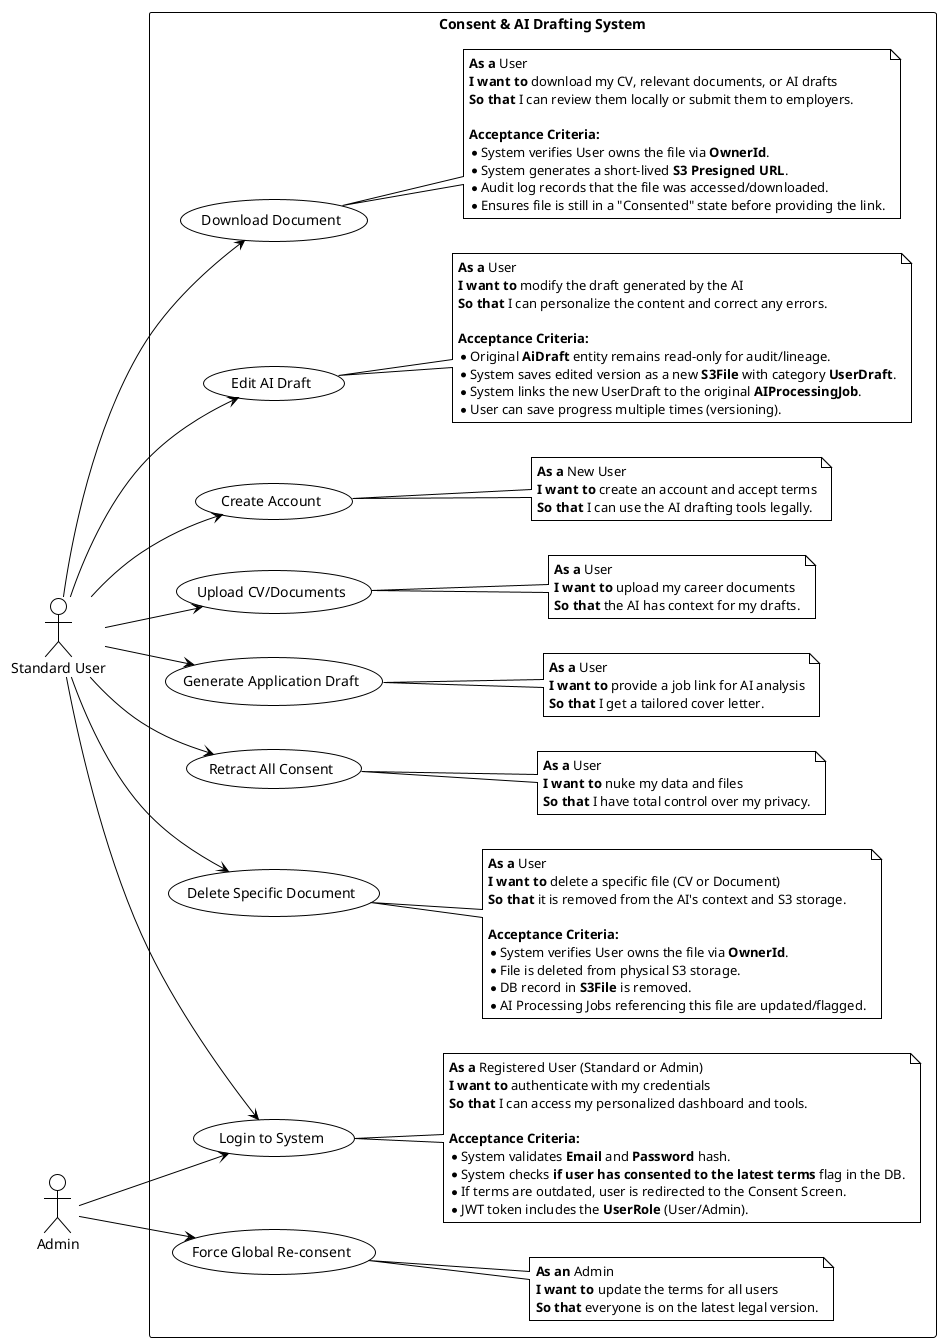
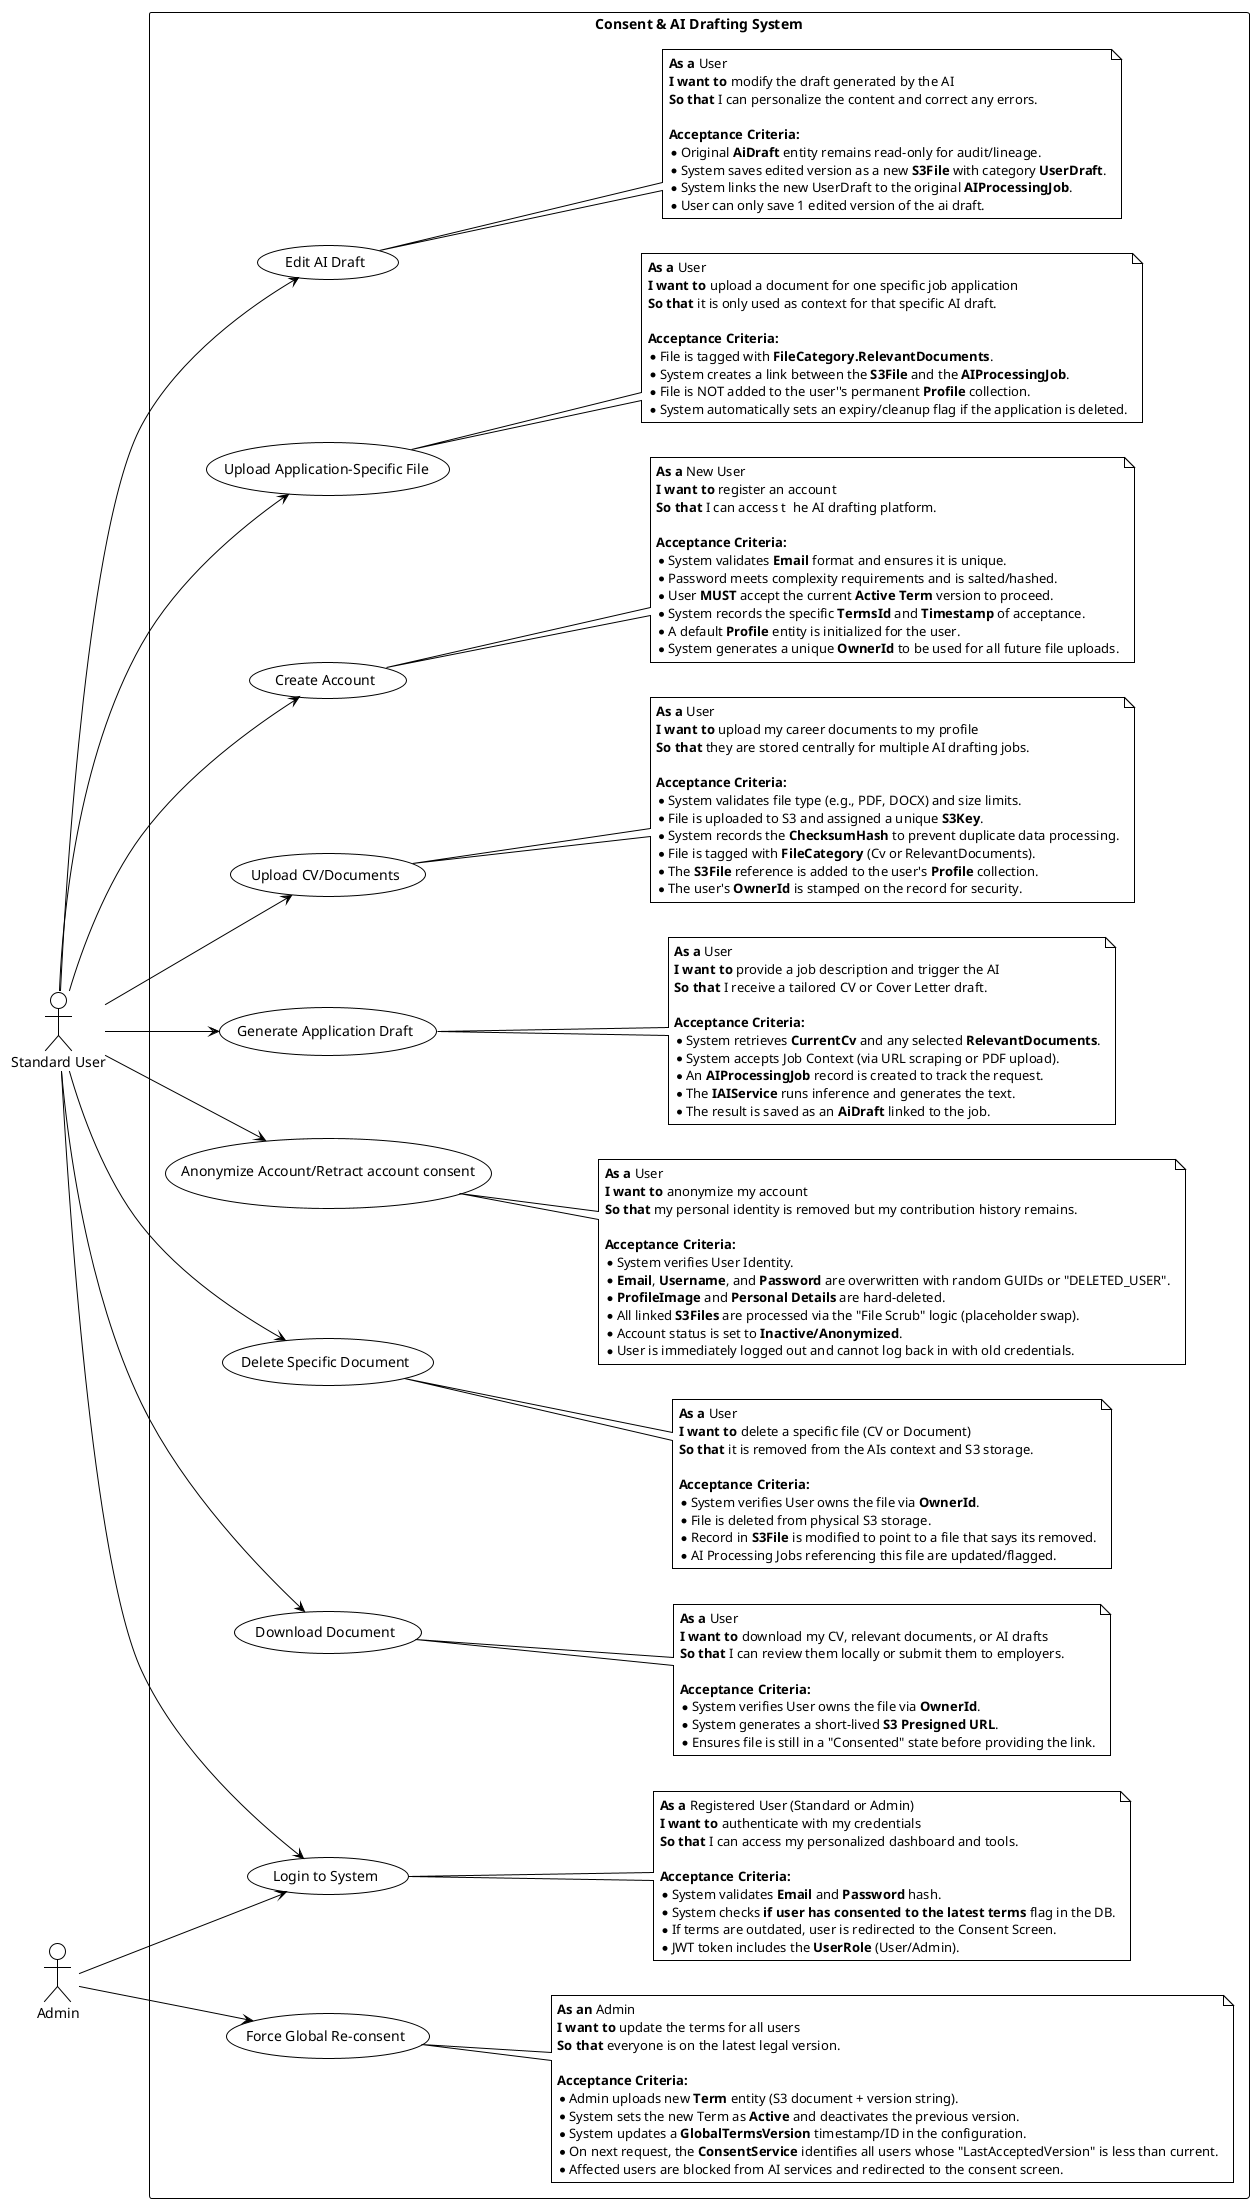
@startuml
+ scale max 2480 width
+ scale max 3508 height
!theme plain
left to right direction
skinparam PackageStyle rectangle

actor "Standard User" as User
actor "Admin" as Admin

rectangle "Consent & AI Drafting System" {

-     ' Story 1: Account Creation & Legal
    (Create Account) as UC1
    note right of UC1
      **As a** New User
-       **I want to** create an account and accept terms
-       **So that** I can use the AI drafting tools legally.
+       **I want to** register an account
+       **So that** I can access t  he AI drafting platform.
+ 
+       **Acceptance Criteria:**
+       * System validates **Email** format and ensures it is unique.
+       * Password meets complexity requirements and is salted/hashed.
+       * User **MUST** accept the current **Active Term** version to proceed.
+       * System records the specific **TermsId** and **Timestamp** of acceptance.
+       * A default **Profile** entity is initialized for the user.
+       * System generates a unique **OwnerId** to be used for all future file uploads.
    end note

-     ' Story 2: File Management
    (Upload CV/Documents) as UC2
    note right of UC2
      **As a** User
-       **I want to** upload my career documents
-       **So that** the AI has context for my drafts.
+       **I want to** upload my career documents to my profile
+       **So that** they are stored centrally for multiple AI drafting jobs.
+ 
+       **Acceptance Criteria:**
+       * System validates file type (e.g., PDF, DOCX) and size limits.
+       * File is uploaded to S3 and assigned a unique **S3Key**.
+       * System records the **ChecksumHash** to prevent duplicate data processing.
+       * File is tagged with **FileCategory** (Cv or RelevantDocuments).
+       * The **S3File** reference is added to the user's **Profile** collection.
+       * The user's **OwnerId** is stamped on the record for security.
    end note

-     ' Story 3: AI Generation
    (Generate Application Draft) as UC3
    note right of UC3
      **As a** User
-       **I want to** provide a job link for AI analysis
-       **So that** I get a tailored cover letter.
+       **I want to** provide a job description and trigger the AI
+       **So that** I receive a tailored CV or Cover Letter draft.
+ 
+       **Acceptance Criteria:**
+       * System retrieves **CurrentCv** and any selected **RelevantDocuments**.
+       * System accepts Job Context (via URL scraping or PDF upload).
+       * An **AIProcessingJob** record is created to track the request.
+       * The **IAIService** runs inference and generates the text.
+       * The result is saved as an **AiDraft** linked to the job.
    end note

-     ' Story 4: The Nuclear Option (Consent)
-     (Retract All Consent) as UC4
-     note right of UC4
-       **As a** User
-       **I want to** nuke my data and files
-       **So that** I have total control over my privacy.
-     end note
- 
-     ' Story 5: Global Reset (Admin)
    (Force Global Re-consent) as UC5
    note right of UC5
      **As an** Admin
      **I want to** update the terms for all users
      **So that** everyone is on the latest legal version.
+ 
+       **Acceptance Criteria:**
+       * Admin uploads new **Term** entity (S3 document + version string).
+       * System sets the new Term as **Active** and deactivates the previous version.
+       * System updates a **GlobalTermsVersion** timestamp/ID in the configuration.
+       * On next request, the **ConsentService** identifies all users whose "LastAcceptedVersion" is less than current.
+       * Affected users are blocked from AI services and redirected to the consent screen.
    end note
+ 
+     (Anonymize Account/Retract account consent) as UC_Anonymize
+     note right of UC_Anonymize
+       **As a** User
+       **I want to** anonymize my account
+       **So that** my personal identity is removed but my contribution history remains.
+ 
+       **Acceptance Criteria:**
+       * System verifies User Identity.
+       * **Email**, **Username**, and **Password** are overwritten with random GUIDs or "DELETED_USER".
+       * **ProfileImage** and **Personal Details** are hard-deleted.
+       * All linked **S3Files** are processed via the "File Scrub" logic (placeholder swap).
+       * Account status is set to **Inactive/Anonymized**.
+       * User is immediately logged out and cannot log back in with old credentials.
+     end note
+ 
+ 
    (Delete Specific Document) as UC_DeleteDoc
    note right of UC_DeleteDoc
      **As a** User
      **I want to** delete a specific file (CV or Document)
-       **So that** it is removed from the AI's context and S3 storage.
+       **So that** it is removed from the AIs context and S3 storage.

      **Acceptance Criteria:**
      * System verifies User owns the file via **OwnerId**.
      * File is deleted from physical S3 storage.
-       * DB record in **S3File** is removed.
+       * Record in **S3File** is modified to point to a file that says its removed.
      * AI Processing Jobs referencing this file are updated/flagged.
    end note

    (Login to System) as UC_Login
    note right of UC_Login
      **As a** Registered User (Standard or Admin)
      **I want to** authenticate with my credentials
      **So that** I can access my personalized dashboard and tools.

      **Acceptance Criteria:**
      * System validates **Email** and **Password** hash.
      * System checks **if user has consented to the latest terms** flag in the DB.
      * If terms are outdated, user is redirected to the Consent Screen.
      * JWT token includes the **UserRole** (User/Admin).
    end note

    (Download Document) as UC_Download
    note right of UC_Download
      **As a** User
      **I want to** download my CV, relevant documents, or AI drafts
      **So that** I can review them locally or submit them to employers.

      **Acceptance Criteria:**
      * System verifies User owns the file via **OwnerId**.
      * System generates a short-lived **S3 Presigned URL**.
-       * Audit log records that the file was accessed/downloaded.
      * Ensures file is still in a "Consented" state before providing the link.
    end note


    (Edit AI Draft) as UC_EditDraft
    note right of UC_EditDraft
      **As a** User
      **I want to** modify the draft generated by the AI
      **So that** I can personalize the content and correct any errors.

      **Acceptance Criteria:**
      * Original **AiDraft** entity remains read-only for audit/lineage.
      * System saves edited version as a new **S3File** with category **UserDraft**.
      * System links the new UserDraft to the original **AIProcessingJob**.
-       * User can save progress multiple times (versioning).
+       * User can only save 1 edited version of the ai draft.
    end note
+ 
+     (Upload Application-Specific File) as UC_AppFile
+     note right of UC_AppFile
+     **As a** User
+     **I want to** upload a document for one specific job application
+     **So that** it is only used as context for that specific AI draft.
+ 
+     **Acceptance Criteria:**
+     * File is tagged with **FileCategory.RelevantDocuments**.
+     * System creates a link between the **S3File** and the **AIProcessingJob**.
+     * File is NOT added to the user''s permanent **Profile** collection.
+     * System automatically sets an expiry/cleanup flag if the application is deleted.
+       end note
+ 
}

+ User --> UC_AppFile
User --> UC_EditDraft
User --> UC_Download
User --> UC_Login
Admin --> UC_Login
User --> UC_DeleteDoc
User --> UC1
User --> UC2
User --> UC3
- User --> UC4
+ User --> UC_Anonymize

Admin --> UC5
@enduml